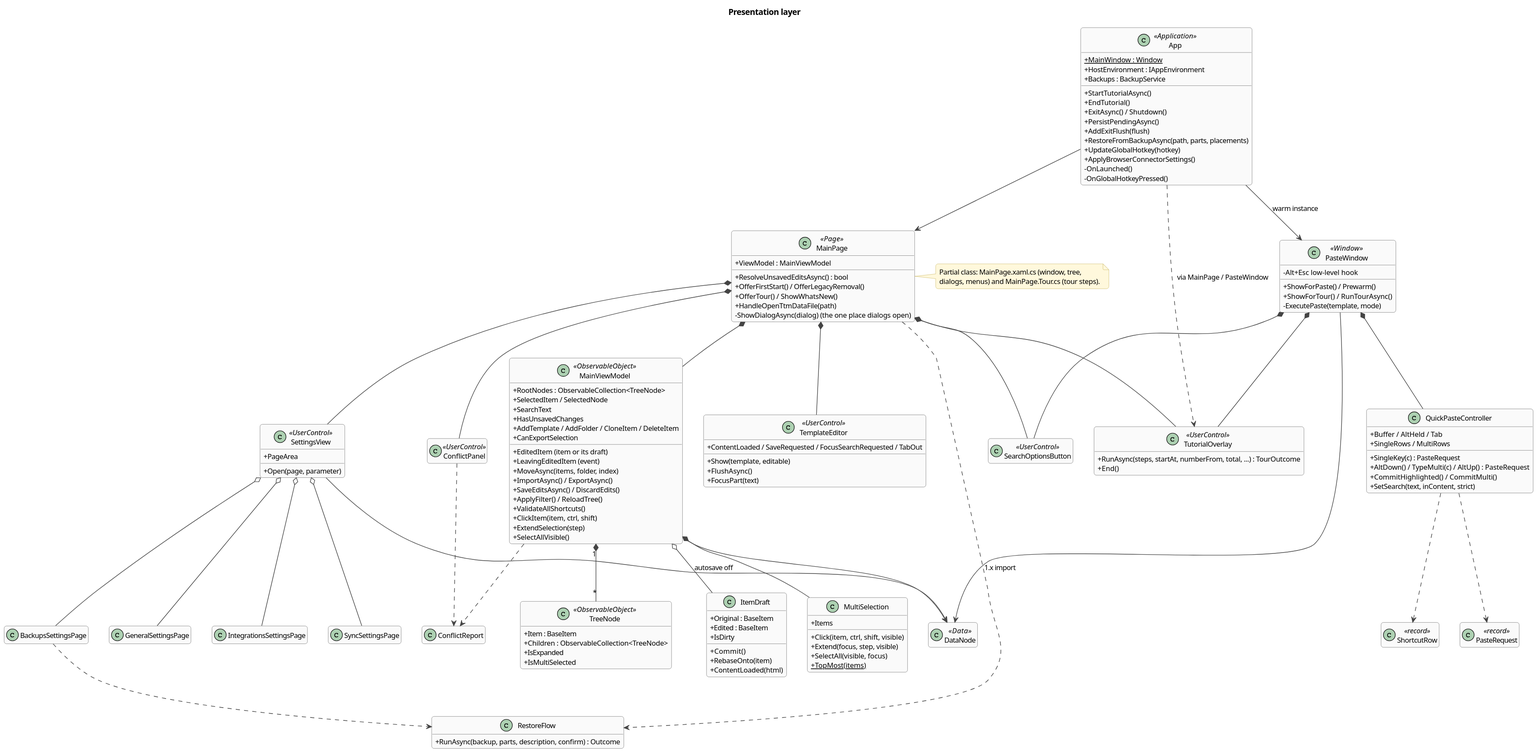
This is docs/architecture/diagrams/class-ui.svg from halatsWol/TextTemplateManager-v2, a PlantUML export, as it was before one commit.
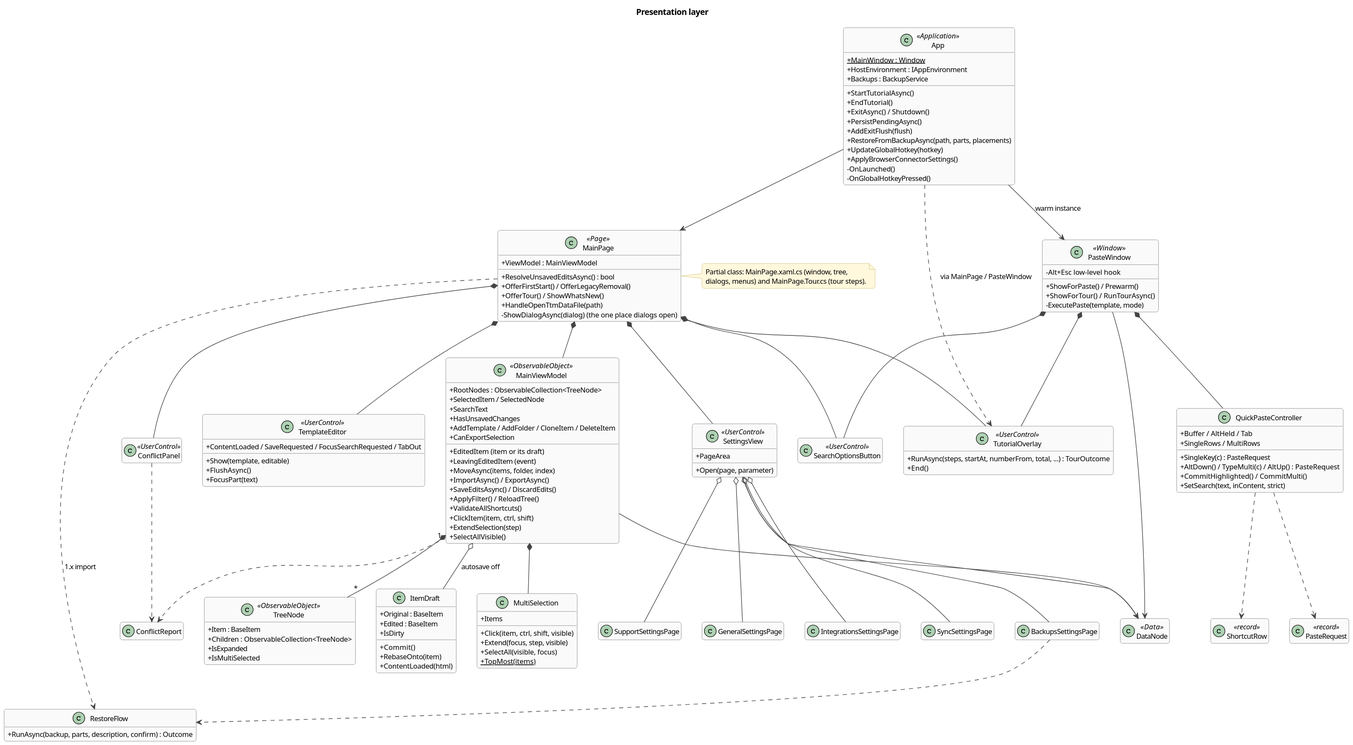
After the change.

Commit message:
Settings > Support: help link, problem reports, feature requests and vulnerabilities by e-mail (prefilled, with app and Windows version) or GitHub; tour, manual, architecture

What changed in the source:
```diff
@@ -86,6 +86,7 @@
 class IntegrationsSettingsPage
 class SyncSettingsPage
 class BackupsSettingsPage
+class SupportSettingsPage
 class RestoreFlow {
   +RunAsync(backup, parts, description, confirm) : Outcome
 }
@@ -130,6 +131,7 @@
 SettingsView o-- IntegrationsSettingsPage
 SettingsView o-- SyncSettingsPage
 SettingsView o-- BackupsSettingsPage
+SettingsView o-- SupportSettingsPage
 BackupsSettingsPage ..> RestoreFlow
 MainPage ..> RestoreFlow : 1.x import
 PasteWindow *-- QuickPasteController
```
